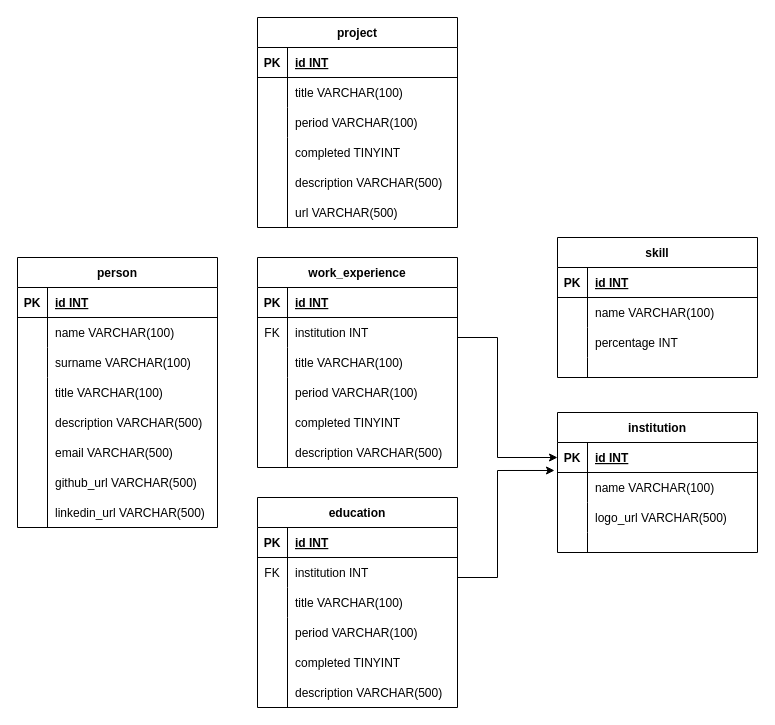
Before: base de datos/modelo relacional.drawio in sebastian-charras/portfolio-BackEnd, a draw.io diagram. Source tidied: cells renumbered, new cells numbered last; positions are measured from the earlier drawing's top-left corner, leaving out a move shared by most shapes. Both pictures are drawn from the tidied source at 100%, with x=0, y=0 at pixel (17, 17).
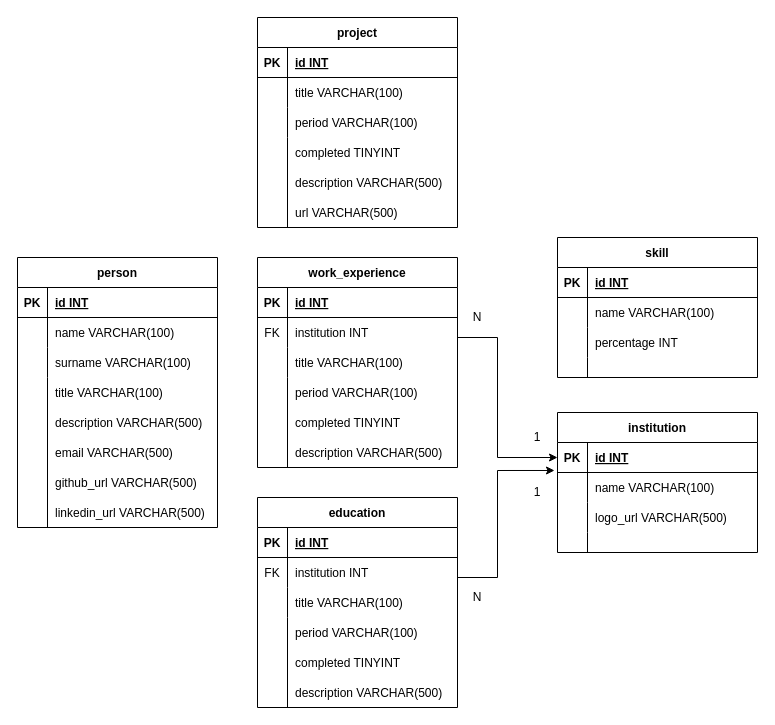
The same page after the edit.

Change to the diagram source:
```diff
@@
+    <mxCell id="96" value="N" style="text;html=1;strokeColor=none;fillColor=none;align=center;verticalAlign=middle;whiteSpace=wrap;rounded=0;" parent="1" vertex="1">
+      <mxGeometry x="450" y="290" width="20" height="20" as="geometry" />
+    </mxCell>
+    <mxCell id="97" value="1" style="text;html=1;strokeColor=none;fillColor=none;align=center;verticalAlign=middle;whiteSpace=wrap;rounded=0;" parent="1" vertex="1">
+      <mxGeometry x="510" y="410" width="20" height="20" as="geometry" />
+    </mxCell>
+    <mxCell id="98" value="1" style="text;html=1;strokeColor=none;fillColor=none;align=center;verticalAlign=middle;whiteSpace=wrap;rounded=0;" parent="1" vertex="1">
+      <mxGeometry x="510" y="465" width="20" height="20" as="geometry" />
+    </mxCell>
+    <mxCell id="99" value="N" style="text;html=1;strokeColor=none;fillColor=none;align=center;verticalAlign=middle;whiteSpace=wrap;rounded=0;" parent="1" vertex="1">
+      <mxGeometry x="450" y="570" width="20" height="20" as="geometry" />
+    </mxCell>
```
